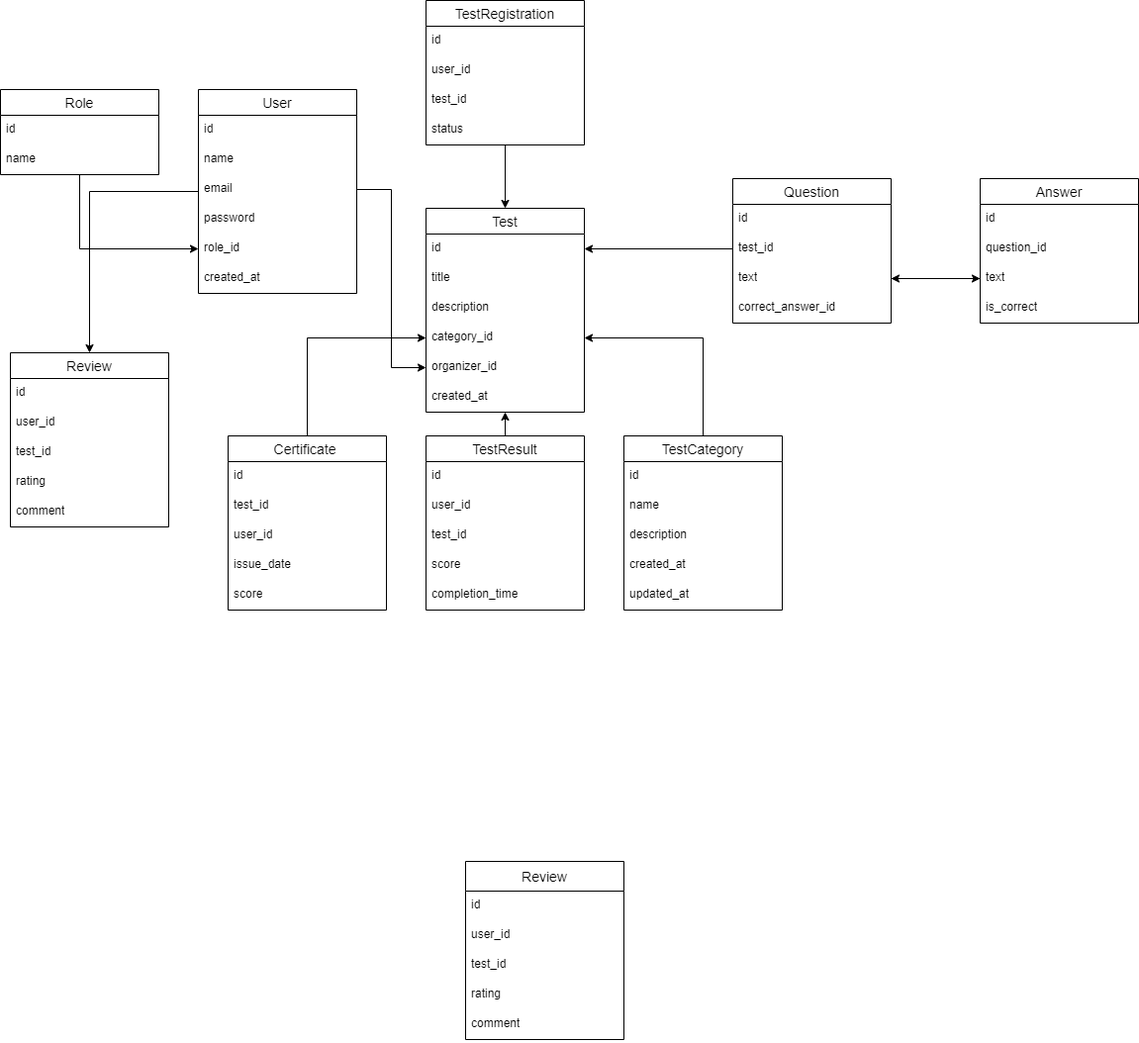
Ga1ax9y/MDiSUBD keeps this draw.io diagram as bd_img.png. Above is the earlier version. Source tidied: cells renumbered, new cells last; positions are measured from the earlier drawing's top-left corner, leaving out a move shared by most shapes.
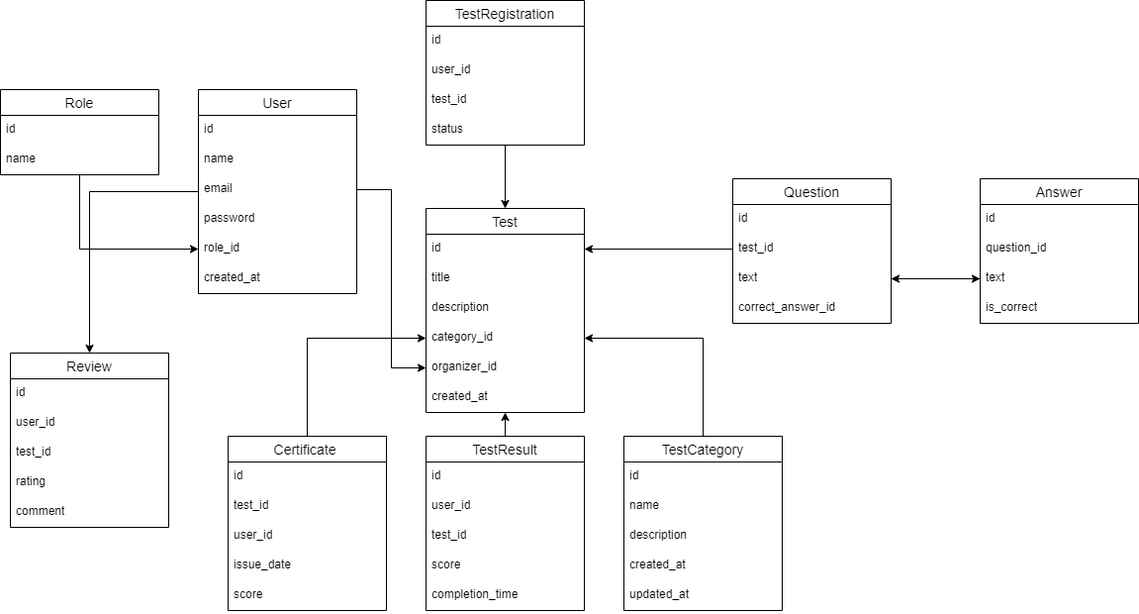
After the change.

Diff of the diagram source:
```diff
@@ -149,24 +149,6 @@
     <mxCell id="50" value="status" style="text;strokeColor=none;fillColor=none;spacingLeft=4;spacingRight=4;overflow=hidden;fontSize=12;whiteSpace=wrap;html=1;" parent="46" vertex="1">
       <mxGeometry y="116" width="160" height="30" as="geometry" />
     </mxCell>
-    <mxCell id="51" value="Review" style="swimlane;fontStyle=0;horizontal=1;startSize=30;align=center;fontSize=14;" parent="1" vertex="1">
-      <mxGeometry x="470" y="870" width="160" height="180" as="geometry" />
-    </mxCell>
-    <mxCell id="52" value="id" style="text;strokeColor=none;fillColor=none;spacingLeft=4;spacingRight=4;overflow=hidden;fontSize=12;whiteSpace=wrap;html=1;" parent="51" vertex="1">
-      <mxGeometry y="30" width="160" height="30" as="geometry" />
-    </mxCell>
-    <mxCell id="53" value="user_id" style="text;strokeColor=none;fillColor=none;spacingLeft=4;spacingRight=4;overflow=hidden;fontSize=12;whiteSpace=wrap;html=1;" parent="51" vertex="1">
-      <mxGeometry y="60" width="160" height="30" as="geometry" />
-    </mxCell>
-    <mxCell id="54" value="test_id" style="text;strokeColor=none;fillColor=none;spacingLeft=4;spacingRight=4;overflow=hidden;fontSize=12;whiteSpace=wrap;html=1;" parent="51" vertex="1">
-      <mxGeometry y="90" width="160" height="30" as="geometry" />
-    </mxCell>
-    <mxCell id="55" value="rating" style="text;strokeColor=none;fillColor=none;spacingLeft=4;spacingRight=4;overflow=hidden;fontSize=12;whiteSpace=wrap;html=1;" parent="51" vertex="1">
-      <mxGeometry y="120" width="160" height="30" as="geometry" />
-    </mxCell>
-    <mxCell id="56" value="comment" style="text;strokeColor=none;fillColor=none;spacingLeft=4;spacingRight=4;overflow=hidden;fontSize=12;whiteSpace=wrap;html=1;" parent="51" vertex="1">
-      <mxGeometry y="150" width="160" height="30" as="geometry" />
-    </mxCell>
     <mxCell id="57" style="edgeStyle=orthogonalEdgeStyle;rounded=0;jettySize=auto;html=1;entryX=0;entryY=0.5;entryDx=0;entryDy=0;" parent="1" edge="1" source="58" target="18">
       <mxGeometry relative="1" as="geometry" />
     </mxCell>
```
